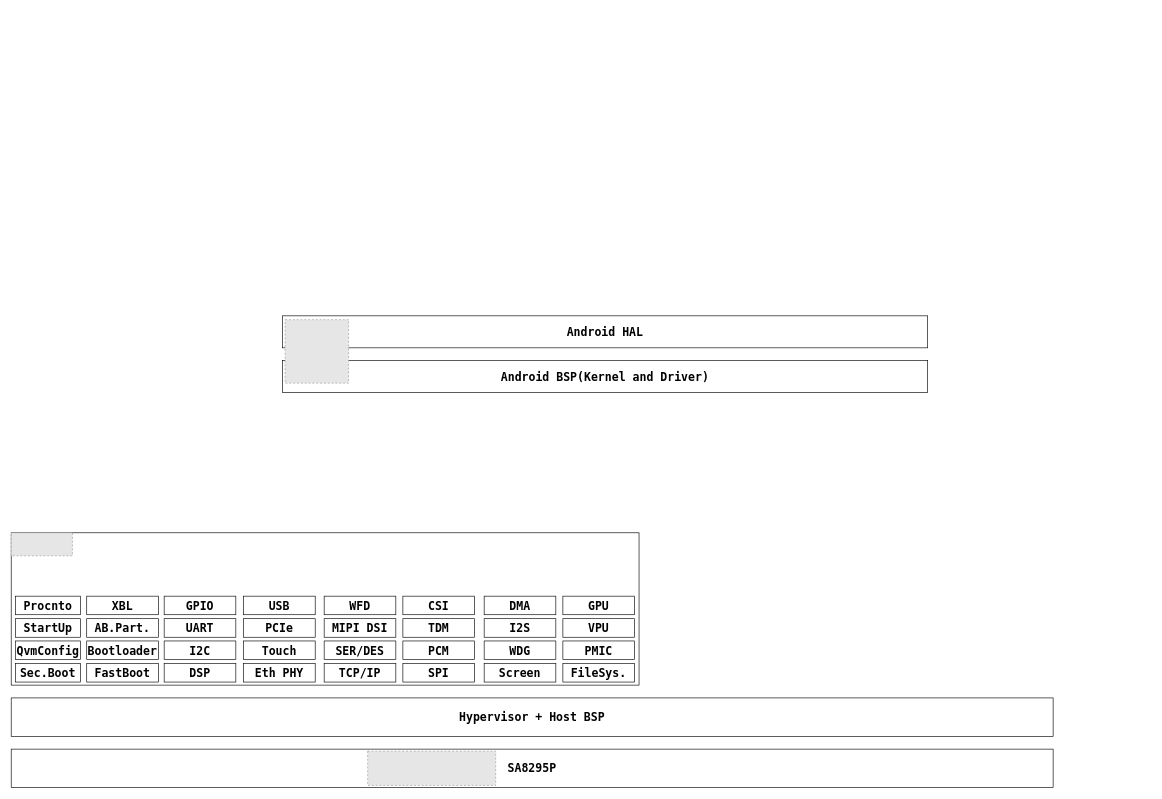
The draw.io diagram AndroidAndQNX_8295.drawio in qxcjust/allkindsofArchitecture, before the edit. Source tidied: cells renumbered, new cells numbered last; positions are measured from the earlier drawing's top-left corner, leaving out a move shared by most shapes. Both pictures are drawn from the tidied source at 64%, with x=0, y=0 at pixel (11, 316). Pictures stored in the file or linked from it are replaced by grey dashed boxes.
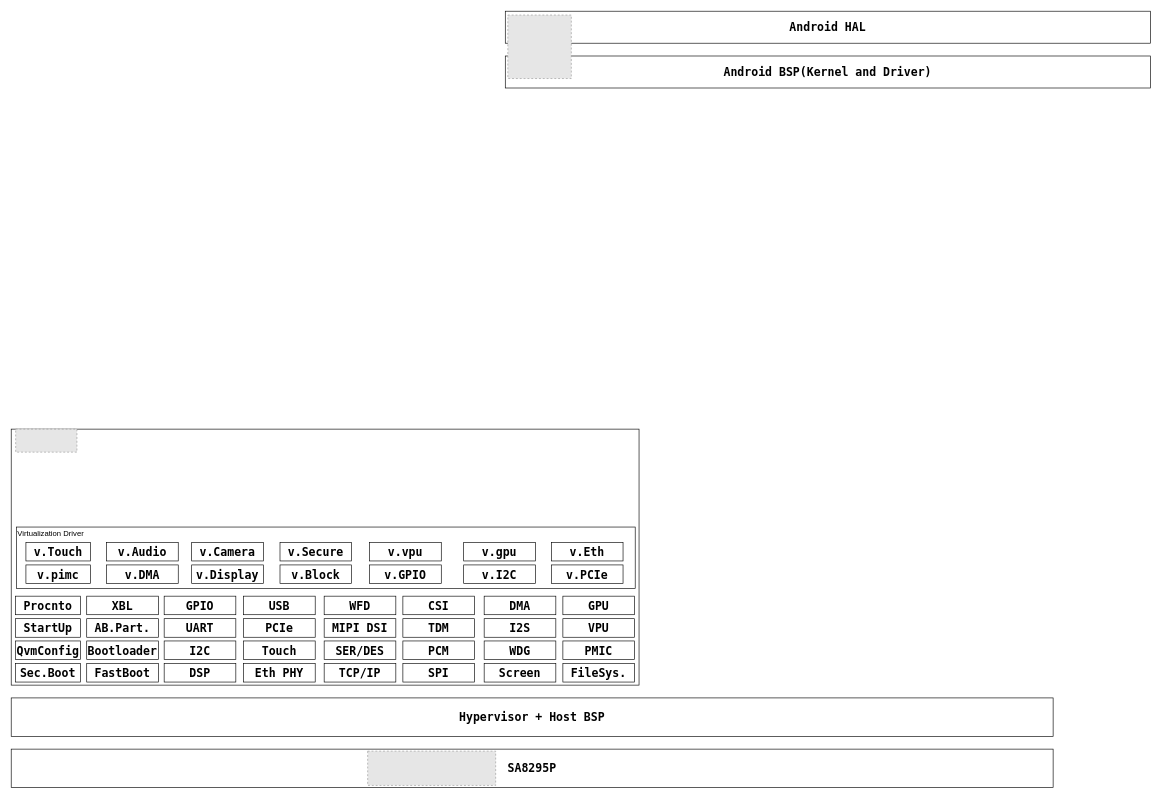
The same page after the edit.

Diff of the diagram source:
```diff
@@
     <mxCell id="5" style="rounded=0;whiteSpace=wrap;html=1;fontStyle=1;align=center;" parent="1" vertex="1">
-      <mxGeometry y="339" width="981" height="238" as="geometry" />
+      <mxGeometry y="177" width="981" height="400" as="geometry" />
     </mxCell>
     <mxCell id="6" value="&lt;font face=&quot;Lucida Console&quot;&gt;&lt;span style=&quot;font-size: 18px;&quot;&gt;Android BSP(Kernel and Driver)&lt;/span&gt;&lt;/font&gt;" style="rounded=0;whiteSpace=wrap;html=1;fontStyle=1;align=center;" parent="1" vertex="1">
-      <mxGeometry x="424" y="70" width="1008" height="50" as="geometry" />
+      <mxGeometry x="772" y="-406" width="1008" height="50" as="geometry" />
     </mxCell>
     <mxCell id="7" value="&lt;font face=&quot;Lucida Console&quot;&gt;&lt;span style=&quot;font-size: 18px;&quot;&gt;Android HAL&lt;/span&gt;&lt;/font&gt;" style="rounded=0;whiteSpace=wrap;html=1;fontStyle=1;align=center;" parent="1" vertex="1">
-      <mxGeometry x="424" width="1008" height="50" as="geometry" />
+      <mxGeometry x="772" y="-476" width="1008" height="50" as="geometry" />
     </mxCell>
     <mxCell id="8" style="fillColor=#E6E6E6;strokeColor=#999999;dashed=1;verticalLabelPosition=bottom;labelBackgroundColor=default;verticalAlign=top;" parent="1" vertex="1">
-      <mxGeometry y="339" width="95.7" height="36" as="geometry" />
+      <mxGeometry x="7" y="177" width="95.7" height="36" as="geometry" />
     </mxCell>
     <mxCell id="9" style="fillColor=#E6E6E6;strokeColor=#999999;dashed=1;verticalLabelPosition=bottom;labelBackgroundColor=default;verticalAlign=top;" parent="1" vertex="1">
-      <mxGeometry x="428" y="6" width="99.2" height="99.2" as="geometry" />
+      <mxGeometry x="776" y="-470" width="99.2" height="99.2" as="geometry" />
     </mxCell>
@@
+    <mxCell id="42" style="rounded=0;whiteSpace=wrap;html=1;fontStyle=1;align=center;" parent="1" vertex="1">
+      <mxGeometry x="8" y="330" width="967" height="96" as="geometry" />
+    </mxCell>
+    <mxCell id="43" value="Virtualization Driver" style="text;html=1;whiteSpace=wrap;strokeColor=none;fillColor=none;align=left;verticalAlign=middle;rounded=0;" parent="1" vertex="1">
+      <mxGeometry x="8" y="330" width="121" height="19" as="geometry" />
+    </mxCell>
+    <mxCell id="44" value="&lt;font face=&quot;Lucida Console&quot;&gt;&lt;span style=&quot;font-size: 18px;&quot;&gt;v.Touch&lt;/span&gt;&lt;/font&gt;" style="rounded=0;whiteSpace=wrap;html=1;fontStyle=1;align=center;" parent="1" vertex="1">
+      <mxGeometry x="23" y="354" width="101" height="29" as="geometry" />
+    </mxCell>
+    <mxCell id="45" value="&lt;font face=&quot;Lucida Console&quot;&gt;&lt;span style=&quot;font-size: 18px;&quot;&gt;v.pimc&lt;/span&gt;&lt;/font&gt;" style="rounded=0;whiteSpace=wrap;html=1;fontStyle=1;align=center;" parent="1" vertex="1">
+      <mxGeometry x="23" y="389.2" width="101" height="29" as="geometry" />
+    </mxCell>
+    <mxCell id="46" value="&lt;font face=&quot;Lucida Console&quot;&gt;&lt;span style=&quot;font-size: 18px;&quot;&gt;v.Audio&lt;/span&gt;&lt;/font&gt;" style="rounded=0;whiteSpace=wrap;html=1;fontStyle=1;align=center;" parent="1" vertex="1">
+      <mxGeometry x="149" y="354" width="112" height="29" as="geometry" />
+    </mxCell>
+    <mxCell id="47" value="&lt;font face=&quot;Lucida Console&quot;&gt;&lt;span style=&quot;font-size: 18px;&quot;&gt;v.Camera&lt;/span&gt;&lt;/font&gt;" style="rounded=0;whiteSpace=wrap;html=1;fontStyle=1;align=center;" parent="1" vertex="1">
+      <mxGeometry x="282" y="354" width="112" height="29" as="geometry" />
+    </mxCell>
+    <mxCell id="48" value="&lt;font face=&quot;Lucida Console&quot;&gt;&lt;span style=&quot;font-size: 18px;&quot;&gt;v.Secure&lt;/span&gt;&lt;/font&gt;" style="rounded=0;whiteSpace=wrap;html=1;fontStyle=1;align=center;" parent="1" vertex="1">
+      <mxGeometry x="420" y="354" width="112" height="29" as="geometry" />
+    </mxCell>
+    <mxCell id="49" value="&lt;font face=&quot;Lucida Console&quot;&gt;&lt;span style=&quot;font-size: 18px;&quot;&gt;v.vpu&lt;/span&gt;&lt;/font&gt;" style="rounded=0;whiteSpace=wrap;html=1;fontStyle=1;align=center;" parent="1" vertex="1">
+      <mxGeometry x="560" y="354" width="112" height="29" as="geometry" />
+    </mxCell>
+    <mxCell id="50" value="&lt;font face=&quot;Lucida Console&quot;&gt;&lt;span style=&quot;font-size: 18px;&quot;&gt;v.gpu&lt;/span&gt;&lt;/font&gt;" style="rounded=0;whiteSpace=wrap;html=1;fontStyle=1;align=center;" parent="1" vertex="1">
+      <mxGeometry x="707" y="354" width="112" height="29" as="geometry" />
+    </mxCell>
+    <mxCell id="51" value="&lt;font face=&quot;Lucida Console&quot;&gt;&lt;span style=&quot;font-size: 18px;&quot;&gt;v.Eth&lt;/span&gt;&lt;/font&gt;" style="rounded=0;whiteSpace=wrap;html=1;fontStyle=1;align=center;" parent="1" vertex="1">
+      <mxGeometry x="844" y="354" width="112" height="29" as="geometry" />
+    </mxCell>
+    <mxCell id="52" value="&lt;font face=&quot;Lucida Console&quot;&gt;&lt;span style=&quot;font-size: 18px;&quot;&gt;v.DMA&lt;/span&gt;&lt;/font&gt;" style="rounded=0;whiteSpace=wrap;html=1;fontStyle=1;align=center;" parent="1" vertex="1">
+      <mxGeometry x="149" y="389.2" width="112" height="29" as="geometry" />
+    </mxCell>
+    <mxCell id="53" value="&lt;font face=&quot;Lucida Console&quot;&gt;&lt;span style=&quot;font-size: 18px;&quot;&gt;v.Display&lt;/span&gt;&lt;/font&gt;" style="rounded=0;whiteSpace=wrap;html=1;fontStyle=1;align=center;" parent="1" vertex="1">
+      <mxGeometry x="282" y="389.2" width="112" height="29" as="geometry" />
+    </mxCell>
+    <mxCell id="54" value="&lt;font face=&quot;Lucida Console&quot;&gt;&lt;span style=&quot;font-size: 18px;&quot;&gt;v.Block&lt;/span&gt;&lt;/font&gt;" style="rounded=0;whiteSpace=wrap;html=1;fontStyle=1;align=center;" parent="1" vertex="1">
+      <mxGeometry x="420" y="389.2" width="112" height="29" as="geometry" />
+    </mxCell>
+    <mxCell id="55" value="&lt;font face=&quot;Lucida Console&quot;&gt;&lt;span style=&quot;font-size: 18px;&quot;&gt;v.GPIO&lt;/span&gt;&lt;/font&gt;" style="rounded=0;whiteSpace=wrap;html=1;fontStyle=1;align=center;" parent="1" vertex="1">
+      <mxGeometry x="560" y="389.2" width="112" height="29" as="geometry" />
+    </mxCell>
+    <mxCell id="56" value="&lt;font face=&quot;Lucida Console&quot;&gt;&lt;span style=&quot;font-size: 18px;&quot;&gt;v.I2C&lt;/span&gt;&lt;/font&gt;" style="rounded=0;whiteSpace=wrap;html=1;fontStyle=1;align=center;" parent="1" vertex="1">
+      <mxGeometry x="707" y="389.2" width="112" height="29" as="geometry" />
+    </mxCell>
+    <mxCell id="57" value="&lt;font face=&quot;Lucida Console&quot;&gt;&lt;span style=&quot;font-size: 18px;&quot;&gt;v.PCIe&lt;/span&gt;&lt;/font&gt;" style="rounded=0;whiteSpace=wrap;html=1;fontStyle=1;align=center;" parent="1" vertex="1">
+      <mxGeometry x="844" y="389.2" width="112" height="29" as="geometry" />
+    </mxCell>
```
